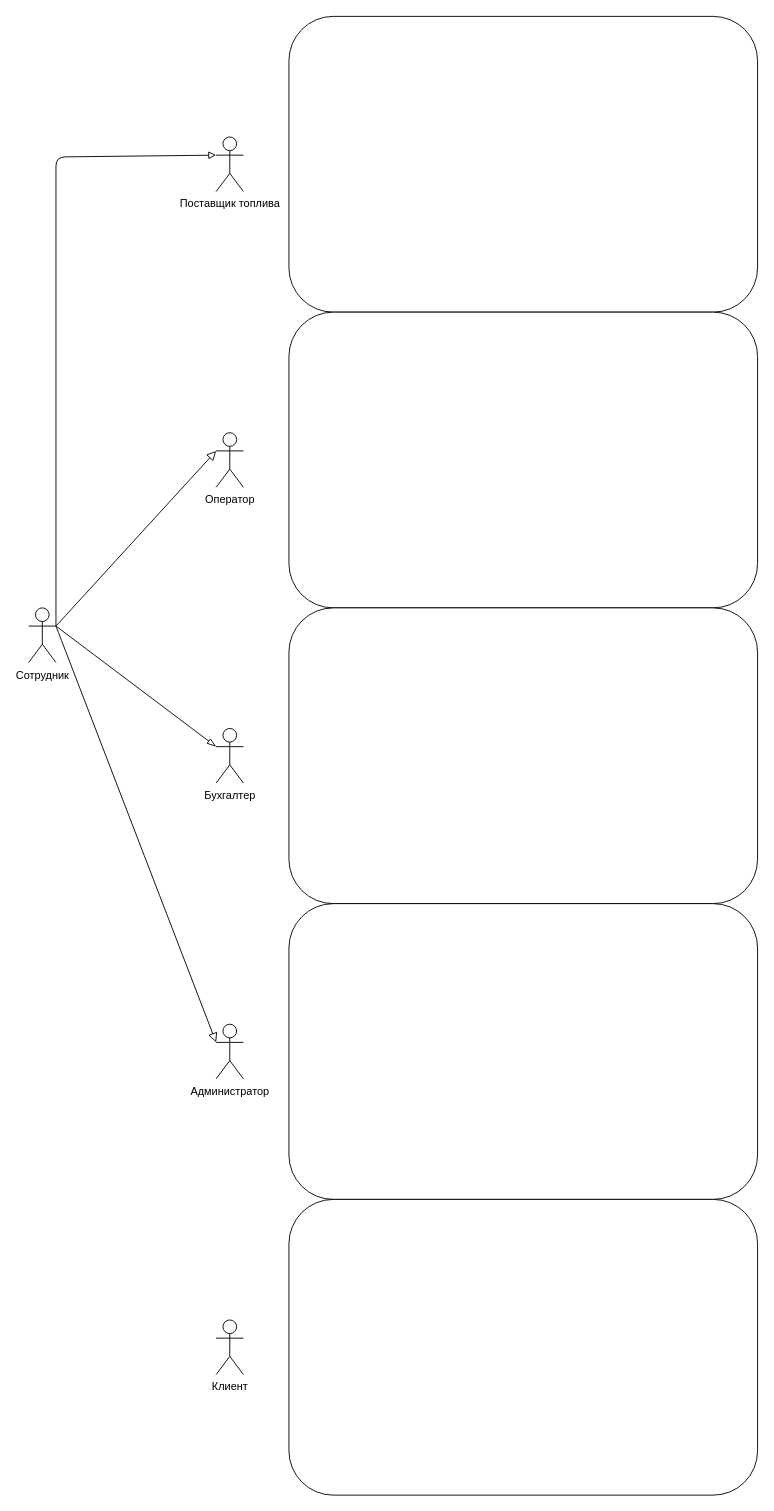
The draw.io diagram Souls1.drawio in Helpmepleaseitishard/Aikms, before the edit. Source tidied: cells renumbered, new cells numbered last; positions are measured from the earlier drawing's top-left corner, leaving out a move shared by most shapes. Both pictures are drawn from the tidied source at 91%, with x=0, y=0 at pixel (28, 16).
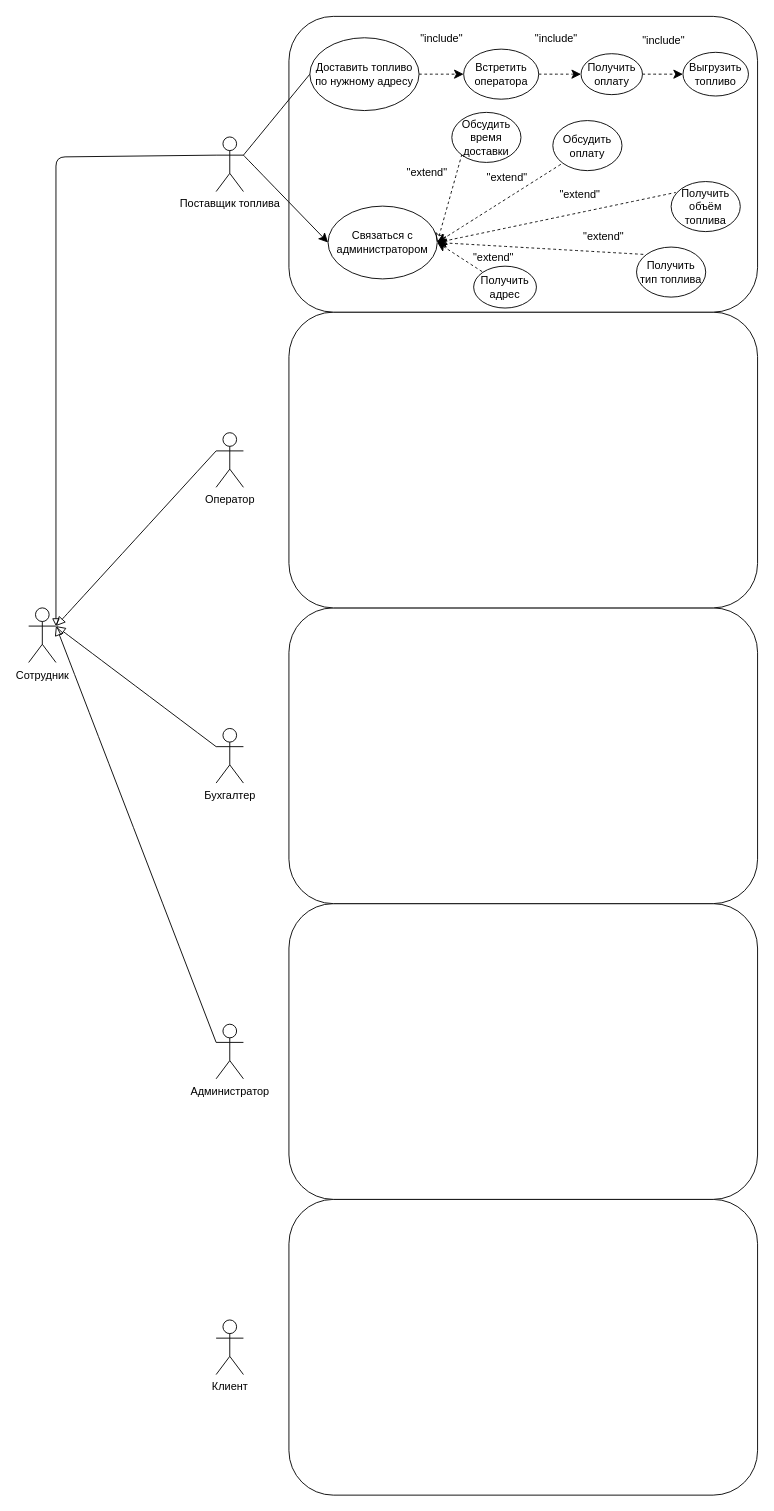
After the change.

Unchanged cells that the change refers to:
```xml
<mxCell id="3" value="Сотрудник" style="shape=umlActor;verticalLabelPosition=bottom;verticalAlign=top;html=1;outlineConnect=0;" parent="1" vertex="1">
  <mxGeometry y="649.5" width="30" height="60" as="geometry" />
</mxCell>
<mxCell id="4" value="Поставщик топлива" style="shape=umlActor;verticalLabelPosition=bottom;verticalAlign=top;html=1;outlineConnect=0;" parent="1" vertex="1">
  <mxGeometry x="206" y="132" width="30" height="60" as="geometry" />
</mxCell>
<mxCell id="5" value="Оператор" style="shape=umlActor;verticalLabelPosition=bottom;verticalAlign=top;html=1;outlineConnect=0;" parent="1" vertex="1">
  <mxGeometry x="206" y="457" width="30" height="60" as="geometry" />
</mxCell>
<mxCell id="8" value="Бухгалтер" style="shape=umlActor;verticalLabelPosition=bottom;verticalAlign=top;html=1;outlineConnect=0;" parent="1" vertex="1">
  <mxGeometry x="206" y="782" width="30" height="60" as="geometry" />
</mxCell>
<mxCell id="10" value="Администратор" style="shape=umlActor;verticalLabelPosition=bottom;verticalAlign=top;html=1;outlineConnect=0;" parent="1" vertex="1">
  <mxGeometry x="206" y="1107" width="30" height="60" as="geometry" />
</mxCell>
```

The edit, as a diff of the source:
```diff
@@
+    <mxCell id="13" style="rounded=1;whiteSpace=wrap;html=1;" parent="1" vertex="1">
+      <mxGeometry x="286" y="1299.5" width="515" height="325" as="geometry" />
+    </mxCell>
+    <mxCell id="11" style="rounded=1;whiteSpace=wrap;html=1;" parent="1" vertex="1">
+      <mxGeometry x="286" y="974.5" width="515" height="325" as="geometry" />
+    </mxCell>
+    <mxCell id="9" style="rounded=1;whiteSpace=wrap;html=1;" parent="1" vertex="1">
+      <mxGeometry x="286" y="649.5" width="515" height="325" as="geometry" />
+    </mxCell>
+    <mxCell id="7" style="rounded=1;whiteSpace=wrap;html=1;" parent="1" vertex="1">
+      <mxGeometry x="286" y="324.5" width="515" height="325" as="geometry" />
+    </mxCell>
+    <mxCell id="6" style="rounded=1;whiteSpace=wrap;html=1;" parent="1" vertex="1">
+      <mxGeometry x="286" y="-0.5" width="515" height="325" as="geometry" />
+    </mxCell>
-    <mxCell id="2" style="edgeStyle=none;curved=1;rounded=0;jettySize=auto;html=1;exitX=1;exitY=0.3333333333333333;exitDx=0;exitDy=0;exitPerimeter=0;fontSize=12;startSize=8;endSize=8;endArrow=blockThin;endFill=0;entryX=0;entryY=0.3333333333333333;entryDx=0;entryDy=0;entryPerimeter=0;" parent="1" edge="1" source="3" target="8">
+    <mxCell id="2" style="edgeStyle=none;curved=1;rounded=0;jettySize=auto;html=1;exitX=1;exitY=0.3333333333333333;exitDx=0;exitDy=0;exitPerimeter=0;fontSize=12;startSize=8;endSize=8;endArrow=none;endFill=0;entryX=0;entryY=0.3333333333333333;entryDx=0;entryDy=0;entryPerimeter=0;startArrow=block;startFill=0;" parent="1" edge="1" source="3" target="8">
       <mxGeometry relative="1" as="geometry" />
     </mxCell>
@@
+    <mxCell id="17" style="edgeStyle=none;curved=1;rounded=0;jettySize=auto;html=1;exitX=1;exitY=0.3333333333333333;exitDx=0;exitDy=0;exitPerimeter=0;entryX=0;entryY=0.5;entryDx=0;entryDy=0;fontSize=12;startSize=8;endSize=8;endArrow=none;startFill=0;" parent="1" edge="1" source="4" target="24">
+      <mxGeometry relative="1" as="geometry" />
+    </mxCell>
+    <mxCell id="18" style="edgeStyle=none;curved=1;rounded=0;jettySize=auto;html=1;exitX=1;exitY=0.3333333333333333;exitDx=0;exitDy=0;exitPerimeter=0;entryX=0;entryY=0.5;entryDx=0;entryDy=0;fontSize=12;startSize=8;endSize=8;" parent="1" edge="1" source="4" target="22">
+      <mxGeometry relative="1" as="geometry" />
+    </mxCell>
@@
-    <mxCell id="6" style="rounded=1;whiteSpace=wrap;html=1;" parent="1" vertex="1">
-      <mxGeometry x="286" y="-0.5" width="515" height="325" as="geometry" />
-    </mxCell>
-    <mxCell id="7" style="rounded=1;whiteSpace=wrap;html=1;" parent="1" vertex="1">
-      <mxGeometry x="286" y="324.5" width="515" height="325" as="geometry" />
-    </mxCell>
@@
-    <mxCell id="9" style="rounded=1;whiteSpace=wrap;html=1;" parent="1" vertex="1">
-      <mxGeometry x="286" y="649.5" width="515" height="325" as="geometry" />
-    </mxCell>
@@
-    <mxCell id="11" style="rounded=1;whiteSpace=wrap;html=1;" parent="1" vertex="1">
-      <mxGeometry x="286" y="974.5" width="515" height="325" as="geometry" />
-    </mxCell>
@@
-    <mxCell id="13" style="rounded=1;whiteSpace=wrap;html=1;" parent="1" vertex="1">
-      <mxGeometry x="286" y="1299.5" width="515" height="325" as="geometry" />
-    </mxCell>
-    <mxCell id="14" style="edgeStyle=none;curved=0;rounded=1;jettySize=auto;html=1;exitX=1;exitY=0.3333333333333333;exitDx=0;exitDy=0;exitPerimeter=0;entryX=0;entryY=0.3333333333333333;entryDx=0;entryDy=0;entryPerimeter=0;fontSize=12;endArrow=block;endFill=0;" parent="1" edge="1" source="3" target="4">
+    <mxCell id="14" style="edgeStyle=none;curved=0;rounded=1;jettySize=auto;html=1;exitX=1;exitY=0.3333333333333333;exitDx=0;exitDy=0;exitPerimeter=0;entryX=0;entryY=0.3333333333333333;entryDx=0;entryDy=0;entryPerimeter=0;fontSize=12;endArrow=none;endFill=0;startArrow=block;startFill=0;" parent="1" edge="1" source="3" target="4">
       <mxGeometry relative="1" as="geometry">
         <Array as="points">
           <mxPoint x="30" y="154" />
         </Array>
       </mxGeometry>
     </mxCell>
-    <mxCell id="15" style="edgeStyle=none;curved=1;rounded=0;jettySize=auto;html=1;exitX=1;exitY=0.3333333333333333;exitDx=0;exitDy=0;exitPerimeter=0;entryX=0;entryY=0.3333333333333333;entryDx=0;entryDy=0;entryPerimeter=0;fontSize=12;startSize=8;endSize=8;endArrow=block;endFill=0;" parent="1" edge="1" source="3" target="5">
+    <mxCell id="15" style="edgeStyle=none;curved=1;rounded=0;jettySize=auto;html=1;exitX=1;exitY=0.3333333333333333;exitDx=0;exitDy=0;exitPerimeter=0;entryX=0;entryY=0.3333333333333333;entryDx=0;entryDy=0;entryPerimeter=0;fontSize=12;startSize=8;endSize=8;endArrow=none;endFill=0;startArrow=block;startFill=0;" parent="1" edge="1" source="3" target="5">
       <mxGeometry relative="1" as="geometry" />
     </mxCell>
-    <mxCell id="16" style="edgeStyle=none;curved=1;rounded=0;jettySize=auto;html=1;exitX=1;exitY=0.3333333333333333;exitDx=0;exitDy=0;exitPerimeter=0;entryX=0;entryY=0.3333333333333333;entryDx=0;entryDy=0;entryPerimeter=0;fontSize=12;startSize=8;endSize=8;endArrow=block;endFill=0;" parent="1" edge="1" source="3" target="10">
+    <mxCell id="16" style="edgeStyle=none;curved=1;rounded=0;jettySize=auto;html=1;exitX=1;exitY=0.3333333333333333;exitDx=0;exitDy=0;exitPerimeter=0;entryX=0;entryY=0.3333333333333333;entryDx=0;entryDy=0;entryPerimeter=0;fontSize=12;startSize=8;endSize=8;endArrow=none;endFill=0;startFill=0;startArrow=block;" parent="1" edge="1" source="3" target="10">
       <mxGeometry relative="1" as="geometry" />
     </mxCell>
+    <mxCell id="19" style="edgeStyle=none;curved=1;rounded=0;jettySize=auto;html=1;exitX=1;exitY=0.5;exitDx=0;exitDy=0;entryX=0;entryY=1;entryDx=0;entryDy=0;fontSize=12;startSize=8;endSize=8;dashed=1;endArrow=none;startFill=1;startArrow=classic;" parent="1" edge="1" source="22" target="29">
+      <mxGeometry relative="1" as="geometry" />
+    </mxCell>
+    <mxCell id="20" style="edgeStyle=none;curved=1;rounded=0;jettySize=auto;html=1;exitX=1;exitY=0.5;exitDx=0;exitDy=0;entryX=0;entryY=0;entryDx=0;entryDy=0;fontSize=12;startSize=8;endSize=8;dashed=1;endArrow=none;startFill=1;startArrow=classic;" parent="1" edge="1" source="22" target="25">
+      <mxGeometry relative="1" as="geometry" />
+    </mxCell>
+    <mxCell id="21" style="edgeStyle=none;curved=1;rounded=0;jettySize=auto;html=1;exitX=1;exitY=0.5;exitDx=0;exitDy=0;entryX=0;entryY=0;entryDx=0;entryDy=0;fontSize=12;startSize=8;endSize=8;dashed=1;endArrow=none;startFill=1;startArrow=classic;" parent="1" edge="1" source="22" target="26">
+      <mxGeometry relative="1" as="geometry" />
+    </mxCell>
+    <mxCell id="22" value="Связаться с администратором" style="ellipse;whiteSpace=wrap;html=1;" parent="1" vertex="1">
+      <mxGeometry x="329" y="208" width="120" height="80" as="geometry" />
+    </mxCell>
+    <mxCell id="23" style="edgeStyle=none;curved=1;rounded=0;jettySize=auto;html=1;exitX=1;exitY=0.5;exitDx=0;exitDy=0;entryX=0;entryY=0.5;entryDx=0;entryDy=0;fontSize=12;startSize=8;endSize=8;dashed=1;" parent="1" edge="1" source="24" target="31">
+      <mxGeometry relative="1" as="geometry" />
+    </mxCell>
+    <mxCell id="24" value="Доставить топливо по нужному адресу" style="ellipse;whiteSpace=wrap;html=1;" parent="1" vertex="1">
+      <mxGeometry x="309" y="23" width="120" height="80" as="geometry" />
+    </mxCell>
+    <mxCell id="25" value="Получить адрес" style="ellipse;whiteSpace=wrap;html=1;" parent="1" vertex="1">
+      <mxGeometry x="489" y="274" width="69" height="46" as="geometry" />
+    </mxCell>
+    <mxCell id="26" value="Получить тип топлива" style="ellipse;whiteSpace=wrap;html=1;" parent="1" vertex="1">
+      <mxGeometry x="668" y="253" width="76" height="55" as="geometry" />
+    </mxCell>
+    <mxCell id="27" value="Обсудить время доставки" style="ellipse;whiteSpace=wrap;html=1;" parent="1" vertex="1">
+      <mxGeometry x="465" y="105" width="76" height="55" as="geometry" />
+    </mxCell>
+    <mxCell id="28" value="Получить объём топлива" style="ellipse;whiteSpace=wrap;html=1;" parent="1" vertex="1">
+      <mxGeometry x="706" y="181" width="76" height="55" as="geometry" />
+    </mxCell>
+    <mxCell id="29" value="Обсудить оплату" style="ellipse;whiteSpace=wrap;html=1;" parent="1" vertex="1">
+      <mxGeometry x="576" y="114" width="76" height="55" as="geometry" />
+    </mxCell>
+    <mxCell id="30" style="edgeStyle=none;curved=1;rounded=0;jettySize=auto;html=1;exitX=1;exitY=0.5;exitDx=0;exitDy=0;entryX=0;entryY=0.5;entryDx=0;entryDy=0;fontSize=12;startSize=8;endSize=8;dashed=1;" parent="1" edge="1" source="31" target="33">
+      <mxGeometry relative="1" as="geometry" />
+    </mxCell>
+    <mxCell id="31" value="Встретить оператора" style="ellipse;whiteSpace=wrap;html=1;" parent="1" vertex="1">
+      <mxGeometry x="478" y="35.5" width="82.5" height="55" as="geometry" />
+    </mxCell>
+    <mxCell id="32" style="edgeStyle=none;curved=1;rounded=0;jettySize=auto;html=1;exitX=1;exitY=0.5;exitDx=0;exitDy=0;entryX=0;entryY=0.5;entryDx=0;entryDy=0;fontSize=12;startSize=8;endSize=8;dashed=1;" parent="1" edge="1" source="33" target="34">
+      <mxGeometry relative="1" as="geometry" />
+    </mxCell>
+    <mxCell id="33" value="Получить оплату" style="ellipse;whiteSpace=wrap;html=1;" parent="1" vertex="1">
+      <mxGeometry x="607" y="40.5" width="67.5" height="45" as="geometry" />
+    </mxCell>
+    <mxCell id="34" value="Выгрузить топливо" style="ellipse;whiteSpace=wrap;html=1;" parent="1" vertex="1">
+      <mxGeometry x="719" y="39" width="72" height="48" as="geometry" />
+    </mxCell>
+    <mxCell id="35" style="edgeStyle=none;curved=1;rounded=0;jettySize=auto;html=1;exitX=1;exitY=0.5;exitDx=0;exitDy=0;entryX=0.066;entryY=0.218;entryDx=0;entryDy=0;entryPerimeter=0;fontSize=12;startSize=8;endSize=8;dashed=1;startArrow=classic;startFill=0;endArrow=none;" parent="1" edge="1" source="22" target="28">
+      <mxGeometry relative="1" as="geometry" />
+    </mxCell>
+    <mxCell id="36" style="edgeStyle=none;curved=1;rounded=0;jettySize=auto;html=1;exitX=1;exitY=0.5;exitDx=0;exitDy=0;entryX=0;entryY=1;entryDx=0;entryDy=0;fontSize=12;startSize=8;endSize=8;dashed=1;startArrow=classic;startFill=0;endArrow=none;" parent="1" edge="1" source="22" target="27">
+      <mxGeometry relative="1" as="geometry" />
+    </mxCell>
+    <mxCell id="37" value="&quot;include&quot;" style="text;html=1;align=center;verticalAlign=middle;whiteSpace=wrap;rounded=0;" parent="1" vertex="1">
+      <mxGeometry x="424" y="9" width="60" height="30" as="geometry" />
+    </mxCell>
+    <mxCell id="38" value="&quot;include&quot;" style="text;html=1;align=center;verticalAlign=middle;whiteSpace=wrap;rounded=0;" parent="1" vertex="1">
+      <mxGeometry x="550" y="9" width="60" height="30" as="geometry" />
+    </mxCell>
+    <mxCell id="39" value="&quot;include&quot;" style="text;html=1;align=center;verticalAlign=middle;whiteSpace=wrap;rounded=0;" parent="1" vertex="1">
+      <mxGeometry x="668" y="10.5" width="60" height="30" as="geometry" />
+    </mxCell>
+    <mxCell id="40" value="&quot;extend&quot;" style="text;html=1;align=center;verticalAlign=middle;whiteSpace=wrap;rounded=0;" parent="1" vertex="1">
+      <mxGeometry x="408" y="156" width="60" height="30" as="geometry" />
+    </mxCell>
+    <mxCell id="41" value="&quot;extend&quot;" style="text;html=1;align=center;verticalAlign=middle;whiteSpace=wrap;rounded=0;" parent="1" vertex="1">
+      <mxGeometry x="496" y="162" width="60" height="30" as="geometry" />
+    </mxCell>
+    <mxCell id="42" value="&quot;extend&quot;" style="text;html=1;align=center;verticalAlign=middle;whiteSpace=wrap;rounded=0;" parent="1" vertex="1">
+      <mxGeometry x="576" y="181" width="60" height="30" as="geometry" />
+    </mxCell>
+    <mxCell id="43" value="&quot;extend&quot;" style="text;html=1;align=center;verticalAlign=middle;whiteSpace=wrap;rounded=0;" parent="1" vertex="1">
+      <mxGeometry x="602" y="227" width="60" height="30" as="geometry" />
+    </mxCell>
+    <mxCell id="44" value="&quot;extend&quot;" style="text;html=1;align=center;verticalAlign=middle;whiteSpace=wrap;rounded=0;" parent="1" vertex="1">
+      <mxGeometry x="481" y="250" width="60" height="30" as="geometry" />
+    </mxCell>
```
